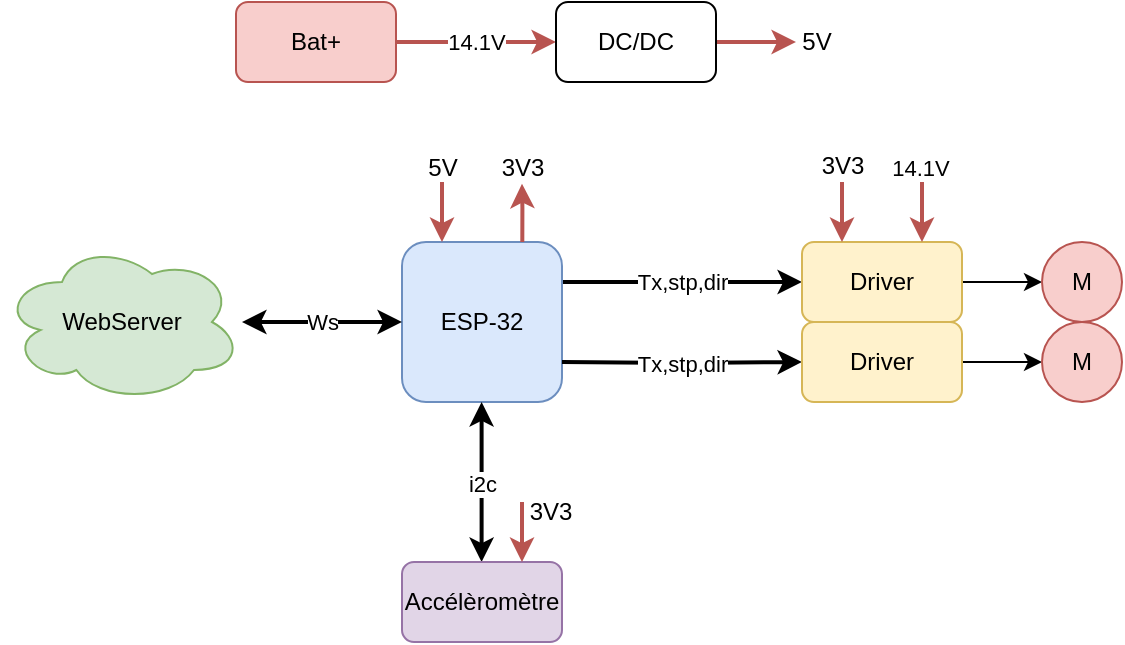
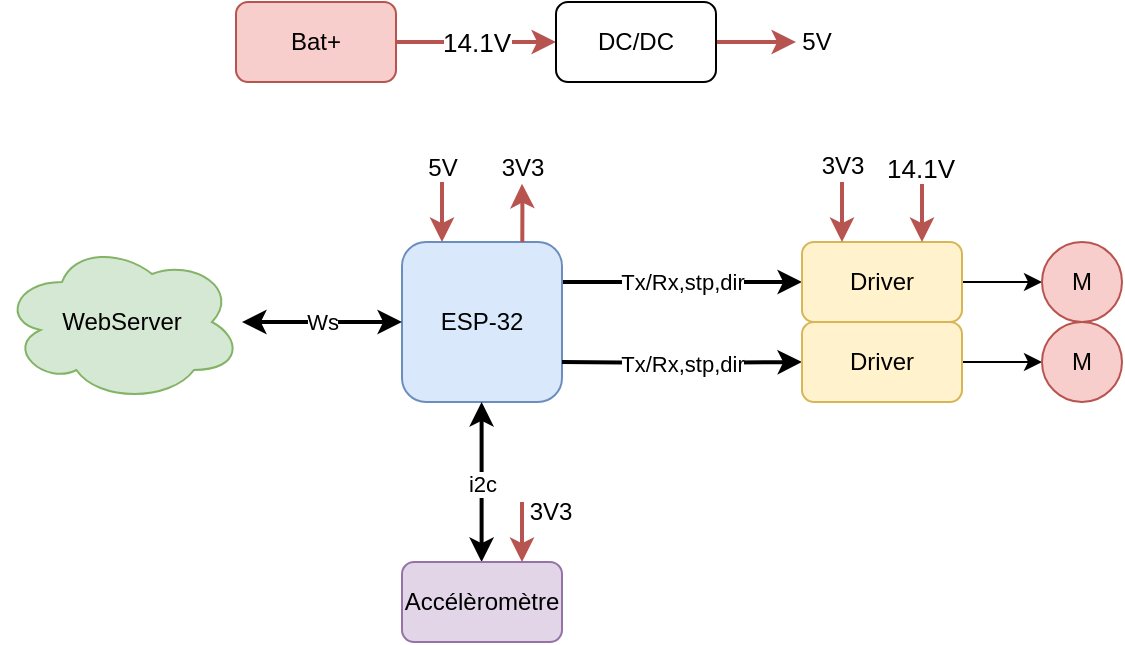
<mxfile host="Electron" agent="Mozilla/5.0 (Windows NT 10.0; Win64; x64) AppleWebKit/537.36 (KHTML, like Gecko) draw.io/28.1.2 Chrome/138.0.7204.243 Electron/37.4.0 Safari/537.36" version="28.1.2">
  <diagram name="Page-1" id="U56Nba71uGPfL3xOMfu1">
-     <mxGraphModel dx="496" dy="298" grid="1" gridSize="10" guides="1" tooltips="1" connect="1" arrows="1" fold="1" page="1" pageScale="1" pageWidth="850" pageHeight="1100" math="0" shadow="0">
+     <mxGraphModel dx="719" dy="432" grid="1" gridSize="10" guides="1" tooltips="1" connect="1" arrows="1" fold="1" page="1" pageScale="1" pageWidth="850" pageHeight="1100" math="0" shadow="0">
      <root>
        <mxCell id="0" />
        <mxCell id="1" parent="0" />
-         <mxCell id="4c-YHuX9c3lBTSQbgHQH-12" style="edgeStyle=orthogonalEdgeStyle;rounded=0;orthogonalLoop=1;jettySize=auto;html=1;entryX=0;entryY=0.5;entryDx=0;entryDy=0;exitX=1;exitY=0.25;exitDx=0;exitDy=0;strokeWidth=2;" edge="1" parent="1" source="4c-YHuX9c3lBTSQbgHQH-1" target="4c-YHuX9c3lBTSQbgHQH-4">
+         <mxCell id="4c-YHuX9c3lBTSQbgHQH-12" style="edgeStyle=orthogonalEdgeStyle;rounded=0;orthogonalLoop=1;jettySize=auto;html=1;entryX=0;entryY=0.5;entryDx=0;entryDy=0;exitX=1;exitY=0.25;exitDx=0;exitDy=0;strokeWidth=2;" parent="1" source="4c-YHuX9c3lBTSQbgHQH-1" target="4c-YHuX9c3lBTSQbgHQH-4" edge="1">
          <mxGeometry relative="1" as="geometry" />
        </mxCell>
-         <mxCell id="4c-YHuX9c3lBTSQbgHQH-14" value="Tx,stp,dir" style="edgeLabel;html=1;align=center;verticalAlign=middle;resizable=0;points=[];" vertex="1" connectable="0" parent="4c-YHuX9c3lBTSQbgHQH-12">
+         <mxCell id="4c-YHuX9c3lBTSQbgHQH-14" value="Tx/Rx,stp,dir" style="edgeLabel;html=1;align=center;verticalAlign=middle;resizable=0;points=[];" parent="4c-YHuX9c3lBTSQbgHQH-12" vertex="1" connectable="0">
          <mxGeometry x="-0.0062" y="2" relative="1" as="geometry">
            <mxPoint y="2" as="offset" />
          </mxGeometry>
        </mxCell>
-         <mxCell id="4c-YHuX9c3lBTSQbgHQH-1" value="ESP-32" style="rounded=1;whiteSpace=wrap;html=1;fillColor=#dae8fc;strokeColor=#6c8ebf;" vertex="1" parent="1">
+         <mxCell id="4c-YHuX9c3lBTSQbgHQH-1" value="ESP-32" style="rounded=1;whiteSpace=wrap;html=1;fillColor=#dae8fc;strokeColor=#6c8ebf;" parent="1" vertex="1">
          <mxGeometry x="240" y="200" width="80" height="80" as="geometry" />
        </mxCell>
-         <mxCell id="4c-YHuX9c3lBTSQbgHQH-6" style="edgeStyle=orthogonalEdgeStyle;rounded=0;orthogonalLoop=1;jettySize=auto;html=1;entryX=0;entryY=0.5;entryDx=0;entryDy=0;" edge="1" parent="1" source="4c-YHuX9c3lBTSQbgHQH-4" target="4c-YHuX9c3lBTSQbgHQH-5">
+         <mxCell id="4c-YHuX9c3lBTSQbgHQH-6" style="edgeStyle=orthogonalEdgeStyle;rounded=0;orthogonalLoop=1;jettySize=auto;html=1;entryX=0;entryY=0.5;entryDx=0;entryDy=0;" parent="1" source="4c-YHuX9c3lBTSQbgHQH-4" target="4c-YHuX9c3lBTSQbgHQH-5" edge="1">
          <mxGeometry relative="1" as="geometry" />
        </mxCell>
-         <mxCell id="4c-YHuX9c3lBTSQbgHQH-4" value="Driver" style="rounded=1;whiteSpace=wrap;html=1;fillColor=#fff2cc;strokeColor=#d6b656;" vertex="1" parent="1">
+         <mxCell id="4c-YHuX9c3lBTSQbgHQH-4" value="Driver" style="rounded=1;whiteSpace=wrap;html=1;fillColor=#fff2cc;strokeColor=#d6b656;" parent="1" vertex="1">
          <mxGeometry x="440" y="200" width="80" height="40" as="geometry" />
        </mxCell>
-         <mxCell id="4c-YHuX9c3lBTSQbgHQH-5" value="M" style="ellipse;whiteSpace=wrap;html=1;aspect=fixed;fillColor=#f8cecc;strokeColor=#b85450;" vertex="1" parent="1">
+         <mxCell id="4c-YHuX9c3lBTSQbgHQH-5" value="M" style="ellipse;whiteSpace=wrap;html=1;aspect=fixed;fillColor=#f8cecc;strokeColor=#b85450;" parent="1" vertex="1">
          <mxGeometry x="560" y="200" width="40" height="40" as="geometry" />
        </mxCell>
-         <mxCell id="4c-YHuX9c3lBTSQbgHQH-19" style="edgeStyle=orthogonalEdgeStyle;rounded=0;orthogonalLoop=1;jettySize=auto;html=1;entryX=0;entryY=0.5;entryDx=0;entryDy=0;exitX=1;exitY=0.25;exitDx=0;exitDy=0;strokeWidth=2;" edge="1" parent="1" target="4c-YHuX9c3lBTSQbgHQH-22">
+         <mxCell id="4c-YHuX9c3lBTSQbgHQH-19" style="edgeStyle=orthogonalEdgeStyle;rounded=0;orthogonalLoop=1;jettySize=auto;html=1;entryX=0;entryY=0.5;entryDx=0;entryDy=0;exitX=1;exitY=0.25;exitDx=0;exitDy=0;strokeWidth=2;" parent="1" target="4c-YHuX9c3lBTSQbgHQH-22" edge="1">
          <mxGeometry relative="1" as="geometry">
            <mxPoint x="320" y="260" as="sourcePoint" />
          </mxGeometry>
        </mxCell>
-         <mxCell id="4c-YHuX9c3lBTSQbgHQH-20" value="Tx,stp,dir" style="edgeLabel;html=1;align=center;verticalAlign=middle;resizable=0;points=[];" vertex="1" connectable="0" parent="4c-YHuX9c3lBTSQbgHQH-19">
+         <mxCell id="4c-YHuX9c3lBTSQbgHQH-20" value="Tx/Rx,stp,dir" style="edgeLabel;html=1;align=center;verticalAlign=middle;resizable=0;points=[];" parent="4c-YHuX9c3lBTSQbgHQH-19" vertex="1" connectable="0">
          <mxGeometry x="-0.0062" y="2" relative="1" as="geometry">
            <mxPoint y="2" as="offset" />
          </mxGeometry>
        </mxCell>
-         <mxCell id="4c-YHuX9c3lBTSQbgHQH-21" style="edgeStyle=orthogonalEdgeStyle;rounded=0;orthogonalLoop=1;jettySize=auto;html=1;entryX=0;entryY=0.5;entryDx=0;entryDy=0;" edge="1" parent="1" source="4c-YHuX9c3lBTSQbgHQH-22" target="4c-YHuX9c3lBTSQbgHQH-23">
+         <mxCell id="4c-YHuX9c3lBTSQbgHQH-21" style="edgeStyle=orthogonalEdgeStyle;rounded=0;orthogonalLoop=1;jettySize=auto;html=1;entryX=0;entryY=0.5;entryDx=0;entryDy=0;" parent="1" source="4c-YHuX9c3lBTSQbgHQH-22" target="4c-YHuX9c3lBTSQbgHQH-23" edge="1">
          <mxGeometry relative="1" as="geometry" />
        </mxCell>
-         <mxCell id="4c-YHuX9c3lBTSQbgHQH-22" value="Driver" style="rounded=1;whiteSpace=wrap;html=1;fillColor=#fff2cc;strokeColor=#d6b656;" vertex="1" parent="1">
+         <mxCell id="4c-YHuX9c3lBTSQbgHQH-22" value="Driver" style="rounded=1;whiteSpace=wrap;html=1;fillColor=#fff2cc;strokeColor=#d6b656;" parent="1" vertex="1">
          <mxGeometry x="440" y="240" width="80" height="40" as="geometry" />
        </mxCell>
-         <mxCell id="4c-YHuX9c3lBTSQbgHQH-23" value="M" style="ellipse;whiteSpace=wrap;html=1;aspect=fixed;fillColor=#f8cecc;strokeColor=#b85450;" vertex="1" parent="1">
+         <mxCell id="4c-YHuX9c3lBTSQbgHQH-23" value="M" style="ellipse;whiteSpace=wrap;html=1;aspect=fixed;fillColor=#f8cecc;strokeColor=#b85450;" parent="1" vertex="1">
          <mxGeometry x="560" y="240" width="40" height="40" as="geometry" />
        </mxCell>
-         <mxCell id="4c-YHuX9c3lBTSQbgHQH-25" style="edgeStyle=orthogonalEdgeStyle;rounded=0;orthogonalLoop=1;jettySize=auto;html=1;entryX=0;entryY=0.5;entryDx=0;entryDy=0;startArrow=classic;startFill=1;strokeWidth=2;" edge="1" parent="1" source="4c-YHuX9c3lBTSQbgHQH-24" target="4c-YHuX9c3lBTSQbgHQH-1">
+         <mxCell id="4c-YHuX9c3lBTSQbgHQH-25" style="edgeStyle=orthogonalEdgeStyle;rounded=0;orthogonalLoop=1;jettySize=auto;html=1;entryX=0;entryY=0.5;entryDx=0;entryDy=0;startArrow=classic;startFill=1;strokeWidth=2;" parent="1" source="4c-YHuX9c3lBTSQbgHQH-24" target="4c-YHuX9c3lBTSQbgHQH-1" edge="1">
          <mxGeometry relative="1" as="geometry" />
        </mxCell>
-         <mxCell id="4c-YHuX9c3lBTSQbgHQH-26" value="Ws" style="edgeLabel;html=1;align=center;verticalAlign=middle;resizable=0;points=[];" vertex="1" connectable="0" parent="4c-YHuX9c3lBTSQbgHQH-25">
+         <mxCell id="4c-YHuX9c3lBTSQbgHQH-26" value="Ws" style="edgeLabel;html=1;align=center;verticalAlign=middle;resizable=0;points=[];" parent="4c-YHuX9c3lBTSQbgHQH-25" vertex="1" connectable="0">
          <mxGeometry x="-0.1032" y="-1" relative="1" as="geometry">
            <mxPoint x="4" y="-1" as="offset" />
          </mxGeometry>
        </mxCell>
-         <mxCell id="4c-YHuX9c3lBTSQbgHQH-24" value="WebServer" style="ellipse;shape=cloud;whiteSpace=wrap;html=1;fillColor=#d5e8d4;strokeColor=#82b366;" vertex="1" parent="1">
+         <mxCell id="4c-YHuX9c3lBTSQbgHQH-24" value="WebServer" style="ellipse;shape=cloud;whiteSpace=wrap;html=1;fillColor=#d5e8d4;strokeColor=#82b366;" parent="1" vertex="1">
          <mxGeometry x="40" y="200" width="120" height="80" as="geometry" />
        </mxCell>
-         <mxCell id="4c-YHuX9c3lBTSQbgHQH-32" style="edgeStyle=orthogonalEdgeStyle;rounded=0;orthogonalLoop=1;jettySize=auto;html=1;entryX=0;entryY=0.5;entryDx=0;entryDy=0;fillColor=#f8cecc;strokeColor=#b85450;strokeWidth=2;" edge="1" parent="1" source="4c-YHuX9c3lBTSQbgHQH-28" target="4c-YHuX9c3lBTSQbgHQH-30">
+         <mxCell id="4c-YHuX9c3lBTSQbgHQH-32" style="edgeStyle=orthogonalEdgeStyle;rounded=0;orthogonalLoop=1;jettySize=auto;html=1;entryX=0;entryY=0.5;entryDx=0;entryDy=0;fillColor=#f8cecc;strokeColor=#b85450;strokeWidth=2;" parent="1" source="4c-YHuX9c3lBTSQbgHQH-28" target="4c-YHuX9c3lBTSQbgHQH-30" edge="1">
          <mxGeometry relative="1" as="geometry" />
        </mxCell>
-         <mxCell id="4c-YHuX9c3lBTSQbgHQH-33" value="14.1V" style="edgeLabel;html=1;align=center;verticalAlign=middle;resizable=0;points=[];" vertex="1" connectable="0" parent="4c-YHuX9c3lBTSQbgHQH-32">
+         <mxCell id="4c-YHuX9c3lBTSQbgHQH-33" value="14.1V" style="edgeLabel;html=1;align=center;verticalAlign=middle;resizable=0;points=[];fontSize=13;" parent="4c-YHuX9c3lBTSQbgHQH-32" vertex="1" connectable="0">
          <mxGeometry x="-0.1216" y="2" relative="1" as="geometry">
            <mxPoint x="5" y="2" as="offset" />
          </mxGeometry>
        </mxCell>
-         <mxCell id="4c-YHuX9c3lBTSQbgHQH-28" value="Bat+" style="rounded=1;whiteSpace=wrap;html=1;fillColor=#f8cecc;strokeColor=#b85450;" vertex="1" parent="1">
+         <mxCell id="4c-YHuX9c3lBTSQbgHQH-28" value="Bat+" style="rounded=1;whiteSpace=wrap;html=1;fillColor=#f8cecc;strokeColor=#b85450;" parent="1" vertex="1">
          <mxGeometry x="157" y="80" width="80" height="40" as="geometry" />
        </mxCell>
-         <mxCell id="4c-YHuX9c3lBTSQbgHQH-38" style="edgeStyle=orthogonalEdgeStyle;rounded=0;orthogonalLoop=1;jettySize=auto;html=1;fillColor=#f8cecc;strokeColor=#b85450;strokeWidth=2;" edge="1" parent="1" source="4c-YHuX9c3lBTSQbgHQH-30">
+         <mxCell id="4c-YHuX9c3lBTSQbgHQH-38" style="edgeStyle=orthogonalEdgeStyle;rounded=0;orthogonalLoop=1;jettySize=auto;html=1;fillColor=#f8cecc;strokeColor=#b85450;strokeWidth=2;" parent="1" source="4c-YHuX9c3lBTSQbgHQH-30" edge="1">
          <mxGeometry relative="1" as="geometry">
            <mxPoint x="437" y="100" as="targetPoint" />
          </mxGeometry>
        </mxCell>
-         <mxCell id="4c-YHuX9c3lBTSQbgHQH-30" value="DC/DC" style="rounded=1;whiteSpace=wrap;html=1;" vertex="1" parent="1">
+         <mxCell id="4c-YHuX9c3lBTSQbgHQH-30" value="DC/DC" style="rounded=1;whiteSpace=wrap;html=1;" parent="1" vertex="1">
          <mxGeometry x="317" y="80" width="80" height="40" as="geometry" />
        </mxCell>
-         <mxCell id="4c-YHuX9c3lBTSQbgHQH-36" value="5V" style="text;html=1;align=center;verticalAlign=middle;resizable=0;points=[];autosize=1;strokeColor=none;fillColor=none;" vertex="1" parent="1">
+         <mxCell id="4c-YHuX9c3lBTSQbgHQH-36" value="5V" style="text;html=1;align=center;verticalAlign=middle;resizable=0;points=[];autosize=1;strokeColor=none;fillColor=none;" parent="1" vertex="1">
          <mxGeometry x="427" y="85" width="40" height="30" as="geometry" />
        </mxCell>
-         <mxCell id="4c-YHuX9c3lBTSQbgHQH-39" style="edgeStyle=orthogonalEdgeStyle;rounded=0;orthogonalLoop=1;jettySize=auto;html=1;fillColor=#f8cecc;strokeColor=#b85450;strokeWidth=2;entryX=0.25;entryY=0;entryDx=0;entryDy=0;" edge="1" parent="1" target="4c-YHuX9c3lBTSQbgHQH-1">
+         <mxCell id="4c-YHuX9c3lBTSQbgHQH-39" style="edgeStyle=orthogonalEdgeStyle;rounded=0;orthogonalLoop=1;jettySize=auto;html=1;fillColor=#f8cecc;strokeColor=#b85450;strokeWidth=2;entryX=0.25;entryY=0;entryDx=0;entryDy=0;" parent="1" target="4c-YHuX9c3lBTSQbgHQH-1" edge="1">
          <mxGeometry relative="1" as="geometry">
            <mxPoint x="290" y="170" as="targetPoint" />
            <mxPoint x="260" y="170" as="sourcePoint" />
          </mxGeometry>
        </mxCell>
-         <mxCell id="4c-YHuX9c3lBTSQbgHQH-40" value="5V" style="text;html=1;align=center;verticalAlign=middle;resizable=0;points=[];autosize=1;strokeColor=none;fillColor=none;" vertex="1" parent="1">
+         <mxCell id="4c-YHuX9c3lBTSQbgHQH-40" value="5V" style="text;html=1;align=center;verticalAlign=middle;resizable=0;points=[];autosize=1;strokeColor=none;fillColor=none;" parent="1" vertex="1">
          <mxGeometry x="240" y="148" width="40" height="30" as="geometry" />
        </mxCell>
-         <mxCell id="4c-YHuX9c3lBTSQbgHQH-42" style="edgeStyle=orthogonalEdgeStyle;rounded=0;orthogonalLoop=1;jettySize=auto;html=1;fillColor=#f8cecc;strokeColor=#b85450;strokeWidth=2;entryX=0.25;entryY=0;entryDx=0;entryDy=0;exitX=0.752;exitY=-0.036;exitDx=0;exitDy=0;exitPerimeter=0;" edge="1" parent="1">
+         <mxCell id="4c-YHuX9c3lBTSQbgHQH-42" style="edgeStyle=orthogonalEdgeStyle;rounded=0;orthogonalLoop=1;jettySize=auto;html=1;fillColor=#f8cecc;strokeColor=#b85450;strokeWidth=2;entryX=0.25;entryY=0;entryDx=0;entryDy=0;exitX=0.752;exitY=-0.036;exitDx=0;exitDy=0;exitPerimeter=0;" parent="1" edge="1">
          <mxGeometry relative="1" as="geometry">
            <mxPoint x="300" y="170.88" as="targetPoint" />
            <mxPoint x="300.1600000000001" y="199.99999999999994" as="sourcePoint" />
            <Array as="points">
              <mxPoint x="300" y="182.88" />
              <mxPoint x="300" y="182.88" />
            </Array>
          </mxGeometry>
        </mxCell>
-         <mxCell id="4c-YHuX9c3lBTSQbgHQH-43" value="3V3" style="text;html=1;align=center;verticalAlign=middle;resizable=0;points=[];autosize=1;strokeColor=none;fillColor=none;" vertex="1" parent="1">
+         <mxCell id="4c-YHuX9c3lBTSQbgHQH-43" value="3V3" style="text;html=1;align=center;verticalAlign=middle;resizable=0;points=[];autosize=1;strokeColor=none;fillColor=none;" parent="1" vertex="1">
          <mxGeometry x="280" y="148" width="40" height="30" as="geometry" />
        </mxCell>
-         <mxCell id="4c-YHuX9c3lBTSQbgHQH-44" style="edgeStyle=orthogonalEdgeStyle;rounded=0;orthogonalLoop=1;jettySize=auto;html=1;entryX=0.5;entryY=1;entryDx=0;entryDy=0;startArrow=classic;startFill=1;strokeWidth=2;" edge="1" parent="1">
+         <mxCell id="4c-YHuX9c3lBTSQbgHQH-44" style="edgeStyle=orthogonalEdgeStyle;rounded=0;orthogonalLoop=1;jettySize=auto;html=1;entryX=0.5;entryY=1;entryDx=0;entryDy=0;startArrow=classic;startFill=1;strokeWidth=2;" parent="1" edge="1">
          <mxGeometry relative="1" as="geometry">
            <mxPoint x="279.8" y="360" as="sourcePoint" />
            <mxPoint x="279.8" y="280" as="targetPoint" />
          </mxGeometry>
        </mxCell>
-         <mxCell id="4c-YHuX9c3lBTSQbgHQH-45" value="i2c" style="edgeLabel;html=1;align=center;verticalAlign=middle;resizable=0;points=[];" vertex="1" connectable="0" parent="4c-YHuX9c3lBTSQbgHQH-44">
+         <mxCell id="4c-YHuX9c3lBTSQbgHQH-45" value="i2c" style="edgeLabel;html=1;align=center;verticalAlign=middle;resizable=0;points=[];" parent="4c-YHuX9c3lBTSQbgHQH-44" vertex="1" connectable="0">
          <mxGeometry x="-0.0599" y="2" relative="1" as="geometry">
            <mxPoint x="2" y="-2" as="offset" />
          </mxGeometry>
        </mxCell>
-         <mxCell id="4c-YHuX9c3lBTSQbgHQH-46" value="Accélèromètre" style="rounded=1;whiteSpace=wrap;html=1;fillColor=#e1d5e7;strokeColor=#9673a6;" vertex="1" parent="1">
+         <mxCell id="4c-YHuX9c3lBTSQbgHQH-46" value="Accélèromètre" style="rounded=1;whiteSpace=wrap;html=1;fillColor=#e1d5e7;strokeColor=#9673a6;" parent="1" vertex="1">
          <mxGeometry x="240" y="360" width="80" height="40" as="geometry" />
        </mxCell>
-         <mxCell id="4c-YHuX9c3lBTSQbgHQH-47" style="edgeStyle=orthogonalEdgeStyle;rounded=0;orthogonalLoop=1;jettySize=auto;html=1;fillColor=#f8cecc;strokeColor=#b85450;strokeWidth=2;" edge="1" parent="1">
+         <mxCell id="4c-YHuX9c3lBTSQbgHQH-47" style="edgeStyle=orthogonalEdgeStyle;rounded=0;orthogonalLoop=1;jettySize=auto;html=1;fillColor=#f8cecc;strokeColor=#b85450;strokeWidth=2;" parent="1" edge="1">
          <mxGeometry relative="1" as="geometry">
            <mxPoint x="460" y="200" as="targetPoint" />
            <mxPoint x="460" y="170" as="sourcePoint" />
          </mxGeometry>
        </mxCell>
-         <mxCell id="4c-YHuX9c3lBTSQbgHQH-48" value="3V3" style="text;html=1;align=center;verticalAlign=middle;resizable=0;points=[];autosize=1;strokeColor=none;fillColor=none;" vertex="1" parent="1">
+         <mxCell id="4c-YHuX9c3lBTSQbgHQH-48" value="3V3" style="text;html=1;align=center;verticalAlign=middle;resizable=0;points=[];autosize=1;strokeColor=none;fillColor=none;" parent="1" vertex="1">
          <mxGeometry x="440" y="147" width="40" height="30" as="geometry" />
        </mxCell>
-         <mxCell id="4c-YHuX9c3lBTSQbgHQH-49" style="edgeStyle=orthogonalEdgeStyle;rounded=0;orthogonalLoop=1;jettySize=auto;html=1;fillColor=#f8cecc;strokeColor=#b85450;strokeWidth=2;" edge="1" parent="1">
+         <mxCell id="4c-YHuX9c3lBTSQbgHQH-49" style="edgeStyle=orthogonalEdgeStyle;rounded=0;orthogonalLoop=1;jettySize=auto;html=1;fillColor=#f8cecc;strokeColor=#b85450;strokeWidth=2;" parent="1" edge="1">
          <mxGeometry relative="1" as="geometry">
            <mxPoint x="300" y="360" as="targetPoint" />
            <mxPoint x="300" y="330" as="sourcePoint" />
          </mxGeometry>
        </mxCell>
-         <mxCell id="4c-YHuX9c3lBTSQbgHQH-50" value="3V3" style="text;html=1;align=center;verticalAlign=middle;resizable=0;points=[];autosize=1;strokeColor=none;fillColor=none;" vertex="1" parent="1">
+         <mxCell id="4c-YHuX9c3lBTSQbgHQH-50" value="3V3" style="text;html=1;align=center;verticalAlign=middle;resizable=0;points=[];autosize=1;strokeColor=none;fillColor=none;" parent="1" vertex="1">
          <mxGeometry x="294" y="320" width="40" height="30" as="geometry" />
        </mxCell>
-         <mxCell id="4c-YHuX9c3lBTSQbgHQH-51" style="edgeStyle=orthogonalEdgeStyle;rounded=0;orthogonalLoop=1;jettySize=auto;html=1;fillColor=#f8cecc;strokeColor=#b85450;strokeWidth=2;" edge="1" parent="1">
+         <mxCell id="4c-YHuX9c3lBTSQbgHQH-51" style="edgeStyle=orthogonalEdgeStyle;rounded=0;orthogonalLoop=1;jettySize=auto;html=1;fillColor=#f8cecc;strokeColor=#b85450;strokeWidth=2;" parent="1" edge="1">
          <mxGeometry relative="1" as="geometry">
            <mxPoint x="500" y="170" as="sourcePoint" />
            <mxPoint x="500" y="200" as="targetPoint" />
          </mxGeometry>
        </mxCell>
-         <mxCell id="4c-YHuX9c3lBTSQbgHQH-53" value="14.1V" style="edgeLabel;html=1;align=center;verticalAlign=middle;resizable=0;points=[];" vertex="1" connectable="0" parent="1">
+         <mxCell id="4c-YHuX9c3lBTSQbgHQH-53" value="14.1V" style="edgeLabel;html=1;align=center;verticalAlign=middle;resizable=0;points=[];fontSize=13;" parent="1" vertex="1" connectable="0">
          <mxGeometry x="499" y="163" as="geometry" />
        </mxCell>
      </root>
    </mxGraphModel>
  </diagram>
</mxfile>
